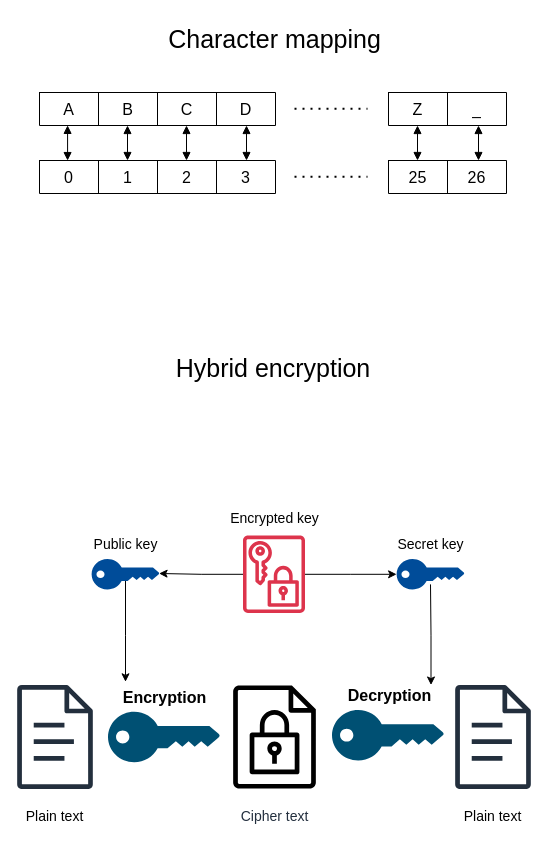
Above: page "Page-3" (3 of 3) of encrypt_decrypt.drawio in ippapi/diagram (draw.io), before the change. Source tidied: cells renumbered, new cells numbered last; positions are measured from the earlier drawing's top-left corner, leaving out a move shared by most shapes. Both pictures are drawn from the tidied source at 100%, with x=0, y=0 at pixel (16, 17).
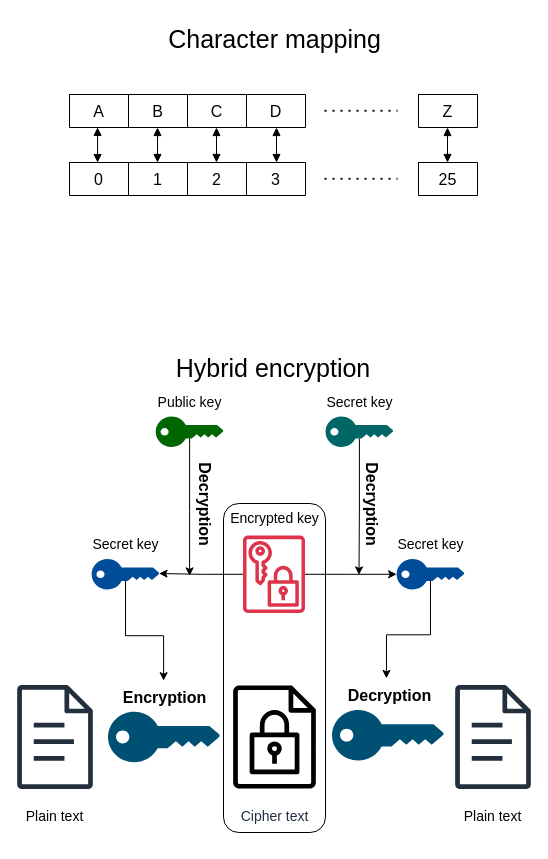
The same page after the edit.

Unchanged cells that the change refers to:
```xml
<mxCell id="39" value="&lt;font style=&quot;font-size: 16px;&quot;&gt;Encryption&lt;/font&gt;" style="text;html=1;align=center;verticalAlign=middle;points=[];strokeColor=none;fillColor=none;fontStyle=1;" parent="1" vertex="1">
  <mxGeometry x="100.5" y="664.3" width="94" height="31" as="geometry" />
</mxCell>
<mxCell id="40" value="&lt;font style=&quot;font-size: 16px;&quot;&gt;Decryption&lt;/font&gt;" style="text;html=1;align=center;verticalAlign=middle;points=[];strokeColor=none;fillColor=none;fontStyle=1;" parent="1" vertex="1">
  <mxGeometry x="325.5" y="662.5" width="94" height="31" as="geometry" />
</mxCell>
<mxCell id="42" style="points=[[0,0.5,0],[0.24,0,0],[0.5,0.28,0],[0.995,0.475,0],[0.5,0.72,0],[0.24,1,0]];verticalLabelPosition=bottom;sketch=0;html=1;verticalAlign=top;align=center;shape=mxgraph.cisco19.key;fillColor=#004C99;strokeColor=none;rotation=0;" parent="1" vertex="1">
  <mxGeometry x="75.1" y="541.5" width="67.8" height="30.5" as="geometry" />
</mxCell>
<mxCell id="46" style="points=[[0,0.5,0],[0.24,0,0],[0.5,0.28,0],[0.995,0.475,0],[0.5,0.72,0],[0.24,1,0]];verticalLabelPosition=bottom;sketch=0;html=1;verticalAlign=top;align=center;shape=mxgraph.cisco19.key;fillColor=#004C99;strokeColor=none;rotation=0;" parent="1" vertex="1">
  <mxGeometry x="380.1" y="541.5" width="67.8" height="30.5" as="geometry" />
</mxCell>
```

The edit, as a diff of the source:
```diff
@@
     <mxCell id="2" style="shape=table;startSize=0;childLayout=tableLayout;fontSize=16;" parent="1" vertex="1">
-      <mxGeometry x="23" y="75" width="236" height="33" as="geometry" />
+      <mxGeometry x="53" y="77" width="236" height="33" as="geometry" />
     </mxCell>
@@
     <mxCell id="8" style="shape=table;startSize=0;childLayout=tableLayout;fontSize=16;" parent="1" vertex="1">
-      <mxGeometry x="23" y="143" width="236" height="33" as="geometry" />
+      <mxGeometry x="53" y="145" width="236" height="33" as="geometry" />
     </mxCell>
@@
     <mxCell id="14" style="endArrow=none;dashed=1;html=1;dashPattern=1 3;strokeWidth=2;rounded=0;" parent="1" edge="1">
       <mxGeometry relative="1" as="geometry">
-        <mxPoint x="278" y="91.3" as="sourcePoint" />
-        <mxPoint x="351" y="91.3" as="targetPoint" />
+        <mxPoint x="308" y="93.3" as="sourcePoint" />
+        <mxPoint x="381" y="93.3" as="targetPoint" />
       </mxGeometry>
     </mxCell>
     <mxCell id="15" style="endArrow=none;dashed=1;html=1;dashPattern=1 3;strokeWidth=2;rounded=0;" parent="1" edge="1">
       <mxGeometry relative="1" as="geometry">
-        <mxPoint x="278" y="159.2" as="sourcePoint" />
-        <mxPoint x="351" y="159.2" as="targetPoint" />
+        <mxPoint x="308" y="161.2" as="sourcePoint" />
+        <mxPoint x="381" y="161.2" as="targetPoint" />
       </mxGeometry>
     </mxCell>
     <mxCell id="16" style="shape=table;startSize=0;childLayout=tableLayout;fontSize=16;" parent="1" vertex="1">
-      <mxGeometry x="372" y="75" width="118" height="33" as="geometry" />
+      <mxGeometry x="402" y="77" width="59" height="33" as="geometry" />
     </mxCell>
     <mxCell id="17" style="shape=tableRow;horizontal=0;startSize=0;swimlaneHead=0;swimlaneBody=0;strokeColor=inherit;top=0;left=0;bottom=0;right=0;fillColor=none;fontSize=16;" parent="16" vertex="1">
-      <mxGeometry width="118" height="33" as="geometry" />
+      <mxGeometry width="59" height="33" as="geometry" />
     </mxCell>
@@
-    <mxCell id="19" value="_" style="shape=partialRectangle;html=1;whiteSpace=wrap;strokeColor=inherit;overflow=hidden;fillColor=none;top=0;left=0;bottom=0;right=0;fontSize=16;" parent="17" vertex="1">
-      <mxGeometry x="59" width="59" height="33" as="geometry" />
-    </mxCell>
     <mxCell id="20" style="shape=table;startSize=0;childLayout=tableLayout;fontSize=16;" parent="1" vertex="1">
-      <mxGeometry x="372" y="143" width="118" height="33" as="geometry" />
+      <mxGeometry x="402" y="145" width="59" height="33" as="geometry" />
     </mxCell>
     <mxCell id="21" style="shape=tableRow;horizontal=0;startSize=0;swimlaneHead=0;swimlaneBody=0;strokeColor=inherit;top=0;left=0;bottom=0;right=0;fillColor=none;fontSize=16;" parent="20" vertex="1">
-      <mxGeometry width="118" height="33" as="geometry" />
+      <mxGeometry width="59" height="33" as="geometry" />
     </mxCell>
@@
-    <mxCell id="23" value="26" style="shape=partialRectangle;html=1;whiteSpace=wrap;strokeColor=inherit;overflow=hidden;fillColor=none;top=0;left=0;bottom=0;right=0;fontSize=16;" parent="21" vertex="1">
-      <mxGeometry x="59" width="59" height="33" as="geometry" />
-    </mxCell>
@@
     <mxCell id="25" style="endArrow=block;startArrow=block;endFill=1;startFill=1;html=1;rounded=0;entryX=0.119;entryY=0.002;entryDx=0;entryDy=0;entryPerimeter=0;exitX=0.119;exitY=0.996;exitDx=0;exitDy=0;exitPerimeter=0;" parent="1" edge="1">
       <mxGeometry relative="1" as="geometry">
-        <mxPoint x="111" y="108" as="sourcePoint" />
-        <mxPoint x="111" y="143" as="targetPoint" />
+        <mxPoint x="141" y="110" as="sourcePoint" />
+        <mxPoint x="141" y="145" as="targetPoint" />
       </mxGeometry>
     </mxCell>
     <mxCell id="26" style="endArrow=block;startArrow=block;endFill=1;startFill=1;html=1;rounded=0;entryX=0.119;entryY=0.002;entryDx=0;entryDy=0;entryPerimeter=0;exitX=0.119;exitY=0.996;exitDx=0;exitDy=0;exitPerimeter=0;" parent="1" edge="1">
       <mxGeometry relative="1" as="geometry">
-        <mxPoint x="170" y="108" as="sourcePoint" />
-        <mxPoint x="170" y="143" as="targetPoint" />
+        <mxPoint x="200" y="110" as="sourcePoint" />
+        <mxPoint x="200" y="145" as="targetPoint" />
       </mxGeometry>
     </mxCell>
     <mxCell id="27" style="endArrow=block;startArrow=block;endFill=1;startFill=1;html=1;rounded=0;entryX=0.119;entryY=0.002;entryDx=0;entryDy=0;entryPerimeter=0;exitX=0.119;exitY=0.996;exitDx=0;exitDy=0;exitPerimeter=0;" parent="1" edge="1">
       <mxGeometry relative="1" as="geometry">
-        <mxPoint x="230" y="108" as="sourcePoint" />
-        <mxPoint x="230" y="143" as="targetPoint" />
+        <mxPoint x="260" y="110" as="sourcePoint" />
+        <mxPoint x="260" y="145" as="targetPoint" />
       </mxGeometry>
     </mxCell>
     <mxCell id="28" style="endArrow=block;startArrow=block;endFill=1;startFill=1;html=1;rounded=0;entryX=0.119;entryY=0.002;entryDx=0;entryDy=0;entryPerimeter=0;exitX=0.119;exitY=0.996;exitDx=0;exitDy=0;exitPerimeter=0;" parent="1" edge="1">
       <mxGeometry relative="1" as="geometry">
-        <mxPoint x="401" y="108" as="sourcePoint" />
-        <mxPoint x="401" y="143" as="targetPoint" />
+        <mxPoint x="431" y="110" as="sourcePoint" />
+        <mxPoint x="431" y="145" as="targetPoint" />
       </mxGeometry>
     </mxCell>
-    <mxCell id="29" style="endArrow=block;startArrow=block;endFill=1;startFill=1;html=1;rounded=0;entryX=0.119;entryY=0.002;entryDx=0;entryDy=0;entryPerimeter=0;exitX=0.119;exitY=0.996;exitDx=0;exitDy=0;exitPerimeter=0;" parent="1" edge="1">
-      <mxGeometry relative="1" as="geometry">
-        <mxPoint x="462" y="108" as="sourcePoint" />
-        <mxPoint x="462" y="143" as="targetPoint" />
-      </mxGeometry>
-    </mxCell>
@@
-    <mxCell id="41" style="edgeStyle=orthogonalEdgeStyle;rounded=0;jettySize=auto;html=1;exitX=0.5;exitY=0.72;exitDx=0;exitDy=0;exitPerimeter=0;entryX=0.5;entryY=0.048;entryDx=0;entryDy=0;entryPerimeter=0;" parent="1" edge="1" source="42">
-      <mxGeometry relative="1" as="geometry">
-        <mxPoint x="109" y="664.3" as="targetPoint" />
-      </mxGeometry>
-    </mxCell>
@@
-    <mxCell id="44" style="edgeStyle=orthogonalEdgeStyle;rounded=0;orthogonalLoop=1;jettySize=auto;html=1;exitX=0.5;exitY=0.72;exitDx=0;exitDy=0;exitPerimeter=0;entryX=0.505;entryY=0.1;entryDx=0;entryDy=0;entryPerimeter=0;" parent="1" edge="1">
-      <mxGeometry relative="1" as="geometry">
-        <mxPoint x="414" y="566.9" as="sourcePoint" />
-        <mxPoint x="414.5" y="667.5" as="targetPoint" />
-      </mxGeometry>
-    </mxCell>
-    <mxCell id="45" value="&lt;font style=&quot;font-size: 14px;&quot;&gt;Public key&lt;/font&gt;" style="text;html=1;align=center;verticalAlign=middle;strokeColor=none;fillColor=none;fontSize=14;" parent="1" vertex="1">
-      <mxGeometry x="68" y="512.5" width="82" height="29" as="geometry" />
+    <mxCell id="45" value="&lt;font style=&quot;font-size: 14px;&quot;&gt;Secret key&lt;/font&gt;" style="text;html=1;align=center;verticalAlign=middle;strokeColor=none;fillColor=none;fontSize=14;" parent="1" vertex="1">
+      <mxGeometry x="67" y="512.5" width="84" height="29" as="geometry" />
     </mxCell>
@@
+    <mxCell id="51" style="rounded=1;whiteSpace=wrap;html=1;fillColor=none;" parent="1" vertex="1">
+      <mxGeometry x="207" y="486" width="102" height="329" as="geometry" />
+    </mxCell>
+    <mxCell id="52" style="edgeStyle=orthogonalEdgeStyle;rounded=0;jettySize=auto;html=1;exitX=0.5;exitY=0.72;exitDx=0;exitDy=0;exitPerimeter=0;" parent="1" edge="1" source="53">
+      <mxGeometry relative="1" as="geometry">
+        <mxPoint x="173.1" y="558.4" as="targetPoint" />
+      </mxGeometry>
+    </mxCell>
+    <mxCell id="53" style="points=[[0,0.5,0],[0.24,0,0],[0.5,0.28,0],[0.995,0.475,0],[0.5,0.72,0],[0.24,1,0]];verticalLabelPosition=bottom;sketch=0;html=1;verticalAlign=top;align=center;shape=mxgraph.cisco19.key;fillColor=#006600;strokeColor=none;rotation=0;" parent="1" vertex="1">
+      <mxGeometry x="139.2" y="399" width="67.8" height="30.5" as="geometry" />
+    </mxCell>
+    <mxCell id="54" style="edgeStyle=orthogonalEdgeStyle;rounded=0;jettySize=auto;html=1;exitX=0.5;exitY=0.72;exitDx=0;exitDy=0;exitPerimeter=0;" parent="1" edge="1" source="55">
+      <mxGeometry relative="1" as="geometry">
+        <mxPoint x="342.5" y="557.4" as="targetPoint" />
+      </mxGeometry>
+    </mxCell>
+    <mxCell id="55" style="points=[[0,0.5,0],[0.24,0,0],[0.5,0.28,0],[0.995,0.475,0],[0.5,0.72,0],[0.24,1,0]];verticalLabelPosition=bottom;sketch=0;html=1;verticalAlign=top;align=center;shape=mxgraph.cisco19.key;fillColor=#006666;strokeColor=none;rotation=0;" parent="1" vertex="1">
+      <mxGeometry x="309" y="399" width="67.8" height="30.5" as="geometry" />
+    </mxCell>
+    <mxCell id="56" value="&lt;font style=&quot;font-size: 14px;&quot;&gt;Secret key&lt;/font&gt;" style="text;html=1;align=center;verticalAlign=middle;strokeColor=none;fillColor=none;fontSize=14;" parent="1" vertex="1">
+      <mxGeometry x="300.9" y="370" width="84" height="29" as="geometry" />
+    </mxCell>
+    <mxCell id="57" value="&lt;font style=&quot;font-size: 14px;&quot;&gt;Public key&lt;/font&gt;" style="text;html=1;align=center;verticalAlign=middle;strokeColor=none;fillColor=none;fontSize=14;" parent="1" vertex="1">
+      <mxGeometry x="132.1" y="370" width="82" height="29" as="geometry" />
+    </mxCell>
+    <mxCell id="58" value="&lt;font style=&quot;font-size: 16px;&quot;&gt;Decryption&lt;/font&gt;" style="text;html=1;align=center;verticalAlign=middle;strokeColor=none;fillColor=none;fontStyle=1;rotation=90;" parent="1" vertex="1">
+      <mxGeometry x="309" y="471" width="94" height="31" as="geometry" />
+    </mxCell>
+    <mxCell id="59" value="&lt;font style=&quot;font-size: 16px;&quot;&gt;Decryption&lt;/font&gt;" style="text;html=1;align=center;verticalAlign=middle;strokeColor=none;fillColor=none;fontStyle=1;rotation=90;" parent="1" vertex="1">
+      <mxGeometry x="142.9" y="471" width="94" height="31" as="geometry" />
+    </mxCell>
+    <mxCell id="60" style="edgeStyle=orthogonalEdgeStyle;rounded=0;jettySize=auto;html=1;exitX=0.5;exitY=0.72;exitDx=0;exitDy=0;exitPerimeter=0;entryX=0.496;entryY=-0.037;entryDx=0;entryDy=0;entryPerimeter=0;" parent="1" edge="1" source="42" target="39">
+      <mxGeometry relative="1" as="geometry" />
+    </mxCell>
+    <mxCell id="61" style="edgeStyle=orthogonalEdgeStyle;rounded=0;jettySize=auto;html=1;exitX=0.5;exitY=0.72;exitDx=0;exitDy=0;exitPerimeter=0;entryX=0.473;entryY=-0.053;entryDx=0;entryDy=0;entryPerimeter=0;" parent="1" edge="1" source="46" target="40">
+      <mxGeometry relative="1" as="geometry" />
+    </mxCell>
```
